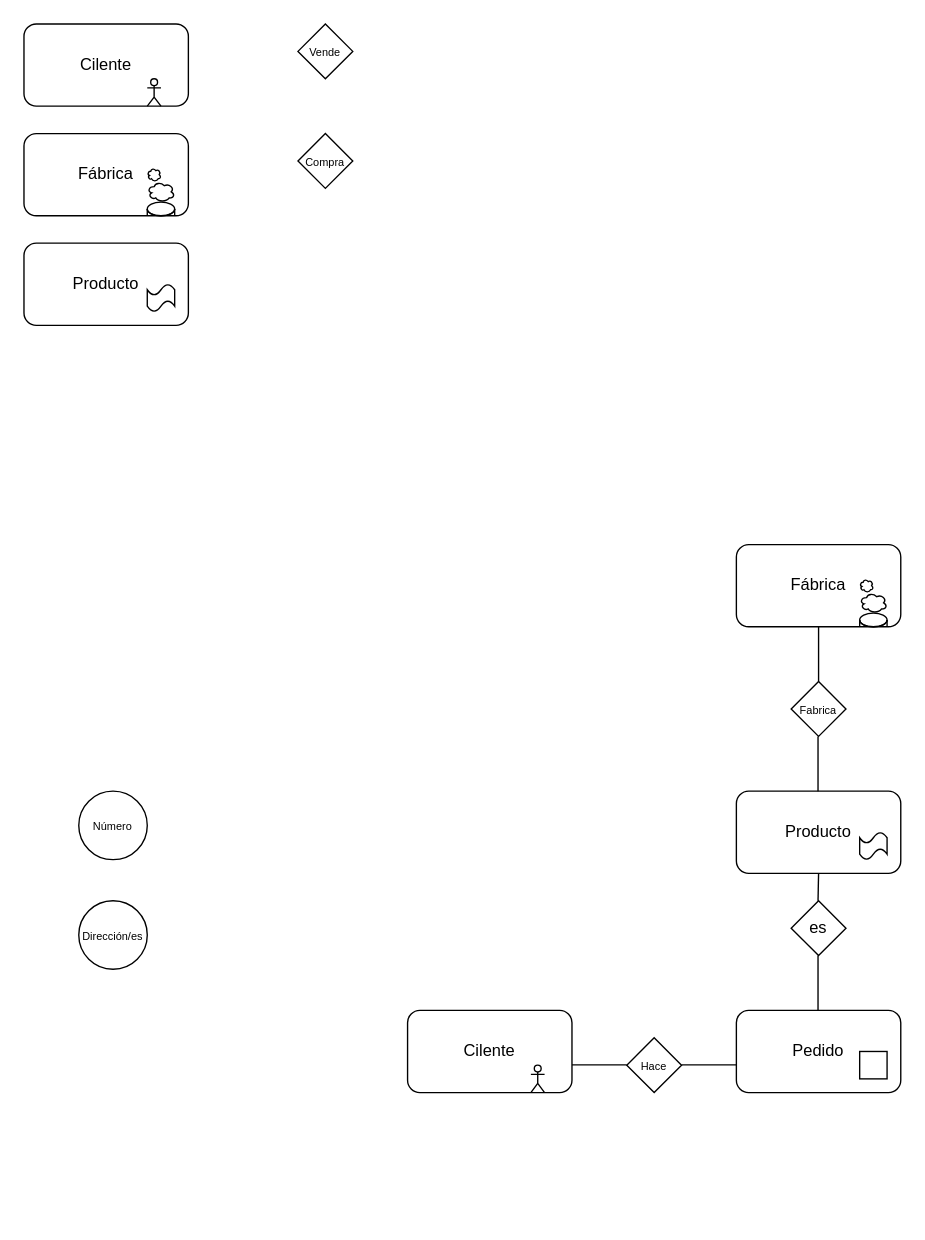
The draw.io diagram base de datos/Unidad-1/Tareas/Diagrama sin título.drawio in Angel170605/BAE, before the edit. Source tidied: cells renumbered, new cells numbered last; positions are measured from the earlier drawing's top-left corner, leaving out a move shared by most shapes. Both pictures are drawn from the tidied source at 137%, with x=0, y=0 at pixel (23, 23).
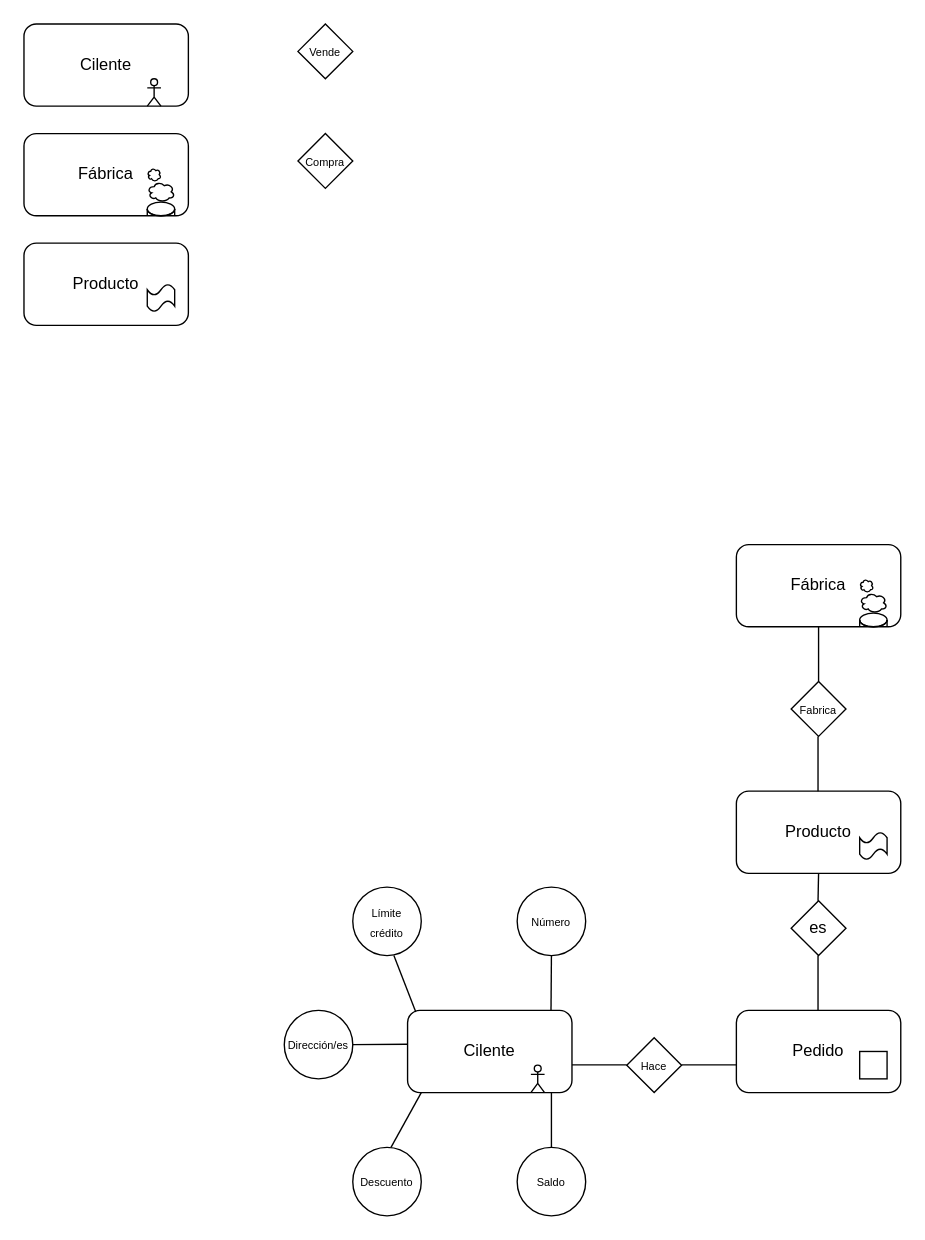
The same page after the edit.

Unchanged cells that the change refers to:
```xml
<mxCell id="19" value="Cilente" style="rounded=1;whiteSpace=wrap;html=1;" parent="18" vertex="1">
  <mxGeometry width="120" height="60" as="geometry" />
</mxCell>
```

Change to the diagram source:
```diff
@@
     <mxCell id="42" value="&lt;font style=&quot;font-size: 8px;&quot;&gt;Número&lt;/font&gt;" style="ellipse;whiteSpace=wrap;html=1;" parent="1" vertex="1">
-      <mxGeometry x="40" y="560" width="50" height="50" as="geometry" />
+      <mxGeometry x="360" y="630" width="50" height="50" as="geometry" />
     </mxCell>
     <mxCell id="43" value="&lt;font style=&quot;font-size: 8px;&quot;&gt;Dirección/es&lt;/font&gt;" style="ellipse;whiteSpace=wrap;html=1;" parent="1" vertex="1">
-      <mxGeometry x="40" y="640" width="50" height="50" as="geometry" />
+      <mxGeometry x="190" y="720" width="50" height="50" as="geometry" />
     </mxCell>
+    <mxCell id="44" value="&lt;font style=&quot;font-size: 8px;&quot;&gt;Saldo&lt;/font&gt;" style="ellipse;whiteSpace=wrap;html=1;" parent="1" vertex="1">
+      <mxGeometry x="360" y="820" width="50" height="50" as="geometry" />
+    </mxCell>
+    <mxCell id="45" value="&lt;font style=&quot;font-size: 8px;&quot;&gt;Límite crédito&lt;br&gt;&lt;/font&gt;" style="ellipse;whiteSpace=wrap;html=1;" parent="1" vertex="1">
+      <mxGeometry x="240" y="630" width="50" height="50" as="geometry" />
+    </mxCell>
+    <mxCell id="46" value="&lt;font style=&quot;font-size: 8px;&quot;&gt;Descuento&lt;/font&gt;" style="ellipse;whiteSpace=wrap;html=1;" parent="1" vertex="1">
+      <mxGeometry x="240" y="820" width="50" height="50" as="geometry" />
+    </mxCell>
+    <mxCell id="47" style="endArrow=none;html=1;rounded=0;exitX=0.558;exitY=0;exitDx=0;exitDy=0;exitPerimeter=0;" parent="1" edge="1" source="46">
+      <mxGeometry relative="1" as="geometry">
+        <mxPoint x="290" y="780" as="targetPoint" />
+      </mxGeometry>
+    </mxCell>
+    <mxCell id="48" style="endArrow=none;html=1;rounded=0;exitX=0.05;exitY=0.02;exitDx=0;exitDy=0;exitPerimeter=0;" parent="1" edge="1" source="19">
+      <mxGeometry relative="1" as="geometry">
+        <mxPoint x="270" y="680" as="targetPoint" />
+      </mxGeometry>
+    </mxCell>
+    <mxCell id="49" style="endArrow=none;html=1;rounded=0;" parent="1" edge="1">
+      <mxGeometry relative="1" as="geometry">
+        <mxPoint x="240" y="745" as="sourcePoint" />
+        <mxPoint x="280" y="744.7" as="targetPoint" />
+      </mxGeometry>
+    </mxCell>
+    <mxCell id="50" style="endArrow=none;html=1;rounded=0;" parent="1" edge="1">
+      <mxGeometry relative="1" as="geometry">
+        <mxPoint x="384.7" y="720" as="sourcePoint" />
+        <mxPoint x="385" y="680" as="targetPoint" />
+      </mxGeometry>
+    </mxCell>
+    <mxCell id="51" style="endArrow=none;html=1;rounded=0;exitX=0.5;exitY=0;exitDx=0;exitDy=0;" parent="1" edge="1" source="44">
+      <mxGeometry relative="1" as="geometry">
+        <mxPoint x="385" y="780" as="targetPoint" />
+      </mxGeometry>
+    </mxCell>
```
